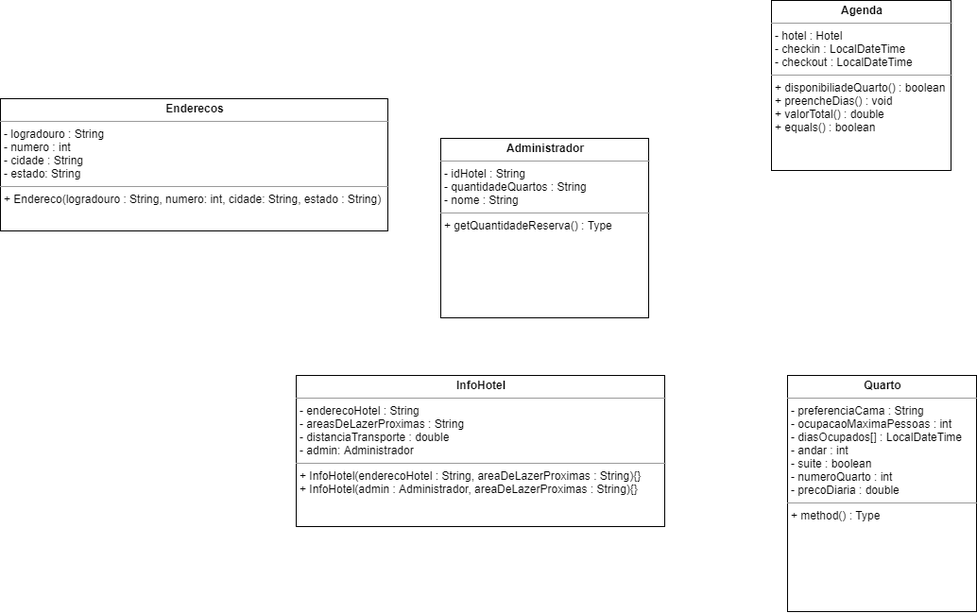
Above: Diagrama UML Graduandos em Totólogia.png in pedrocmr/Projeto_Host4U (draw.io), before the change. Source tidied: cells renumbered, new cells last; positions are measured from the earlier drawing's top-left corner, leaving out a move shared by most shapes. The source it was exported from:
```xml
<mxGraphModel background="#FFFFFF">
  <root>
    <mxCell id="0" />
    <mxCell id="1" parent="0" />
    <mxCell id="2" value="&lt;p style=&quot;margin: 0px ; margin-top: 4px ; text-align: center&quot;&gt;&lt;b&gt;Administrador&lt;/b&gt;&lt;/p&gt;&lt;hr size=&quot;1&quot;&gt;&lt;p style=&quot;margin: 0px ; margin-left: 4px&quot;&gt;- idHotel : String&lt;/p&gt;&lt;p style=&quot;margin: 0px ; margin-left: 4px&quot;&gt;- quantidadeQuartos : String&lt;/p&gt;&lt;p style=&quot;margin: 0px ; margin-left: 4px&quot;&gt;- nome : String&lt;/p&gt;&lt;hr size=&quot;1&quot;&gt;&lt;p style=&quot;margin: 0px ; margin-left: 4px&quot;&gt;+ getQuantidadeReserva() : Type&lt;/p&gt;" style="verticalAlign=top;align=left;overflow=fill;fontSize=12;fontFamily=Helvetica;html=1;" parent="1" vertex="1">
      <mxGeometry x="466" y="146" width="220" height="190" as="geometry" />
    </mxCell>
    <mxCell id="3" value="&lt;p style=&quot;margin: 0px ; margin-top: 4px ; text-align: center&quot;&gt;&lt;b&gt;Agenda&lt;/b&gt;&lt;/p&gt;&lt;hr size=&quot;1&quot;&gt;&lt;p style=&quot;margin: 0px ; margin-left: 4px&quot;&gt;- hotel : Hotel&lt;/p&gt;&lt;p style=&quot;margin: 0px ; margin-left: 4px&quot;&gt;- checkin : LocalDateTime&lt;/p&gt;&lt;p style=&quot;margin: 0px ; margin-left: 4px&quot;&gt;- checkout : LocalDateTime&lt;/p&gt;&lt;hr size=&quot;1&quot;&gt;&lt;p style=&quot;margin: 0px ; margin-left: 4px&quot;&gt;+ disponibiliadeQuarto() : boolean&lt;/p&gt;&lt;p style=&quot;margin: 0px ; margin-left: 4px&quot;&gt;+ preencheDias() : void&lt;/p&gt;&lt;p style=&quot;margin: 0px ; margin-left: 4px&quot;&gt;+ valorTotal() : double&lt;/p&gt;&lt;p style=&quot;margin: 0px ; margin-left: 4px&quot;&gt;+ equals() : boolean&lt;/p&gt;" style="verticalAlign=top;align=left;overflow=fill;fontSize=12;fontFamily=Helvetica;html=1;" parent="1" vertex="1">
      <mxGeometry x="816" width="190" height="180" as="geometry" />
    </mxCell>
    <mxCell id="4" value="&lt;p style=&quot;margin: 0px ; margin-top: 4px ; text-align: center&quot;&gt;&lt;b&gt;Quarto&lt;/b&gt;&lt;/p&gt;&lt;hr size=&quot;1&quot;&gt;&lt;p style=&quot;margin: 0px ; margin-left: 4px&quot;&gt;- preferenciaCama : String&lt;/p&gt;&lt;p style=&quot;margin: 0px ; margin-left: 4px&quot;&gt;- ocupacaoMaximaPessoas : int&lt;/p&gt;&lt;p style=&quot;margin: 0px ; margin-left: 4px&quot;&gt;- diasOcupados[] : LocalDateTime&lt;/p&gt;&lt;p style=&quot;margin: 0px ; margin-left: 4px&quot;&gt;- andar : int&lt;/p&gt;&lt;p style=&quot;margin: 0px ; margin-left: 4px&quot;&gt;- suite : boolean&lt;/p&gt;&lt;p style=&quot;margin: 0px ; margin-left: 4px&quot;&gt;- numeroQuarto : int&lt;/p&gt;&lt;p style=&quot;margin: 0px ; margin-left: 4px&quot;&gt;- precoDiaria : double&lt;/p&gt;&lt;hr size=&quot;1&quot;&gt;&lt;p style=&quot;margin: 0px ; margin-left: 4px&quot;&gt;+ method() : Type&lt;/p&gt;" style="verticalAlign=top;align=left;overflow=fill;fontSize=12;fontFamily=Helvetica;html=1;" parent="1" vertex="1">
      <mxGeometry x="833" y="397" width="200" height="250" as="geometry" />
    </mxCell>
    <mxCell id="5" value="&lt;p style=&quot;margin: 0px ; margin-top: 4px ; text-align: center&quot;&gt;&lt;b&gt;InfoHotel&lt;/b&gt;&lt;/p&gt;&lt;hr size=&quot;1&quot;&gt;&lt;p style=&quot;margin: 0px ; margin-left: 4px&quot;&gt;- enderecoHotel : String&lt;/p&gt;&lt;p style=&quot;margin: 0px ; margin-left: 4px&quot;&gt;- areasDeLazerProximas : String&lt;/p&gt;&lt;p style=&quot;margin: 0px ; margin-left: 4px&quot;&gt;- distanciaTransporte : double&lt;/p&gt;&lt;p style=&quot;margin: 0px ; margin-left: 4px&quot;&gt;- admin: Administrador&lt;/p&gt;&lt;hr size=&quot;1&quot;&gt;&lt;p style=&quot;margin: 0px ; margin-left: 4px&quot;&gt;+ InfoHotel(enderecoHotel : String, areaDeLazerProximas : String){}&lt;/p&gt;&lt;p style=&quot;margin: 0px ; margin-left: 4px&quot;&gt;+ InfoHotel(admin : Administrador, areaDeLazerProximas : String){}&lt;/p&gt;&lt;p style=&quot;margin: 0px ; margin-left: 4px&quot;&gt;&lt;br&gt;&lt;/p&gt;" style="verticalAlign=top;align=left;overflow=fill;fontSize=12;fontFamily=Helvetica;html=1;" parent="1" vertex="1">
      <mxGeometry x="313" y="397" width="390" height="160" as="geometry" />
    </mxCell>
    <mxCell id="6" value="&lt;p style=&quot;margin: 0px ; margin-top: 4px ; text-align: center&quot;&gt;&lt;b&gt;Enderecos&lt;/b&gt;&lt;/p&gt;&lt;hr size=&quot;1&quot;&gt;&lt;p style=&quot;margin: 0px ; margin-left: 4px&quot;&gt;- logradouro : String&lt;/p&gt;&lt;p style=&quot;margin: 0px ; margin-left: 4px&quot;&gt;- numero : int&lt;/p&gt;&lt;p style=&quot;margin: 0px ; margin-left: 4px&quot;&gt;- cidade : String&lt;/p&gt;&lt;p style=&quot;margin: 0px ; margin-left: 4px&quot;&gt;- estado: String&lt;/p&gt;&lt;hr size=&quot;1&quot;&gt;&lt;p style=&quot;margin: 0px ; margin-left: 4px&quot;&gt;+ Endereco(logradouro : String, numero: int, cidade: String, estado : String)&lt;/p&gt;" style="verticalAlign=top;align=left;overflow=fill;fontSize=12;fontFamily=Helvetica;html=1;" parent="1" vertex="1">
      <mxGeometry y="104" width="410" height="140" as="geometry" />
    </mxCell>
  </root>
</mxGraphModel>
```
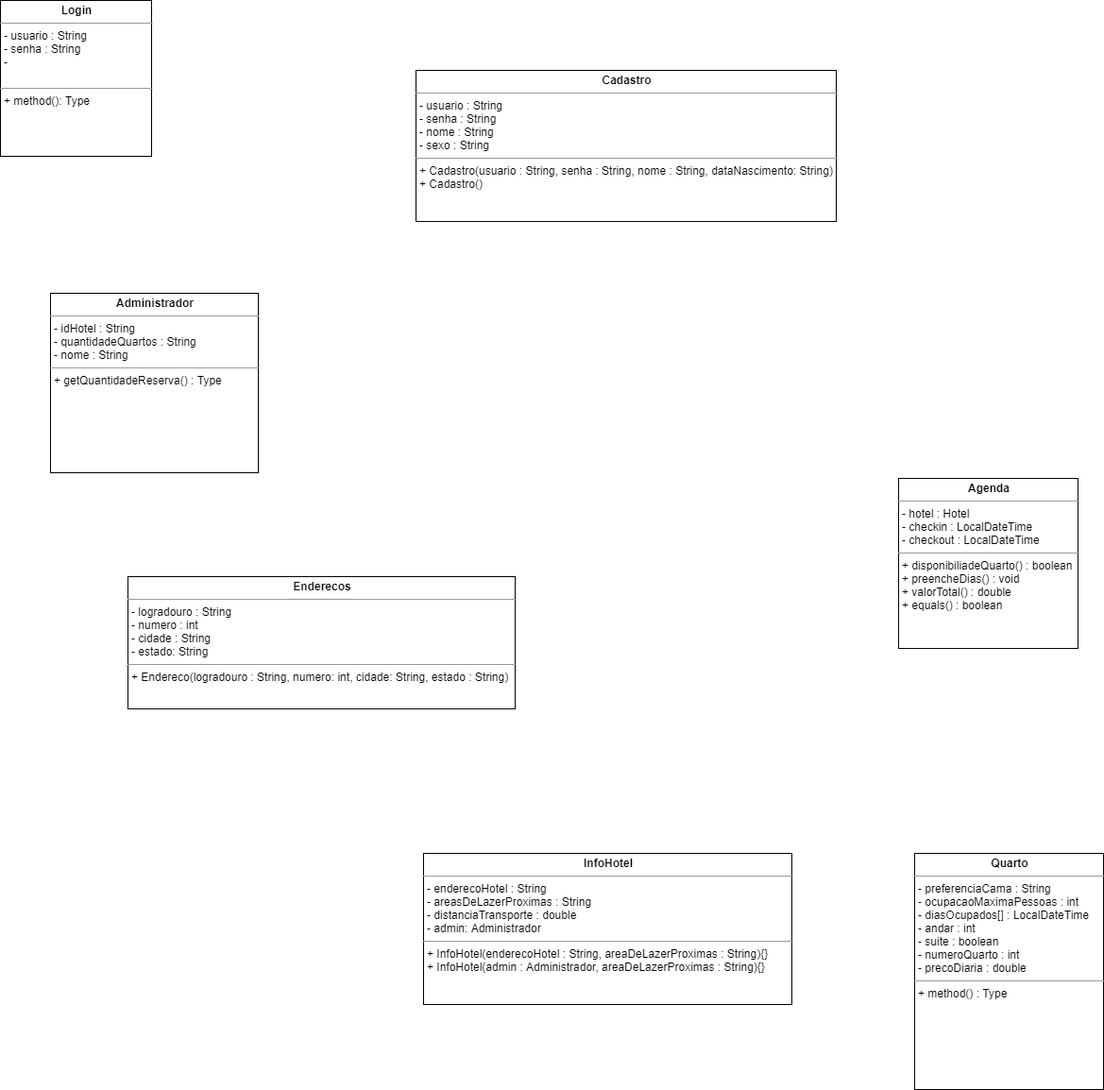
After the change.

What changed in the source:
```diff
@@ -3,7 +3,7 @@
     <mxCell id="0" />
     <mxCell id="1" parent="0" />
     <mxCell id="2" value="&lt;p style=&quot;margin: 0px ; margin-top: 4px ; text-align: center&quot;&gt;&lt;b&gt;Administrador&lt;/b&gt;&lt;/p&gt;&lt;hr size=&quot;1&quot;&gt;&lt;p style=&quot;margin: 0px ; margin-left: 4px&quot;&gt;- idHotel : String&lt;/p&gt;&lt;p style=&quot;margin: 0px ; margin-left: 4px&quot;&gt;- quantidadeQuartos : String&lt;/p&gt;&lt;p style=&quot;margin: 0px ; margin-left: 4px&quot;&gt;- nome : String&lt;/p&gt;&lt;hr size=&quot;1&quot;&gt;&lt;p style=&quot;margin: 0px ; margin-left: 4px&quot;&gt;+ getQuantidadeReserva() : Type&lt;/p&gt;" style="verticalAlign=top;align=left;overflow=fill;fontSize=12;fontFamily=Helvetica;html=1;" parent="1" vertex="1">
-      <mxGeometry x="466" y="146" width="220" height="190" as="geometry" />
+      <mxGeometry x="-82" y="-196" width="220" height="190" as="geometry" />
     </mxCell>
     <mxCell id="3" value="&lt;p style=&quot;margin: 0px ; margin-top: 4px ; text-align: center&quot;&gt;&lt;b&gt;Agenda&lt;/b&gt;&lt;/p&gt;&lt;hr size=&quot;1&quot;&gt;&lt;p style=&quot;margin: 0px ; margin-left: 4px&quot;&gt;- hotel : Hotel&lt;/p&gt;&lt;p style=&quot;margin: 0px ; margin-left: 4px&quot;&gt;- checkin : LocalDateTime&lt;/p&gt;&lt;p style=&quot;margin: 0px ; margin-left: 4px&quot;&gt;- checkout : LocalDateTime&lt;/p&gt;&lt;hr size=&quot;1&quot;&gt;&lt;p style=&quot;margin: 0px ; margin-left: 4px&quot;&gt;+ disponibiliadeQuarto() : boolean&lt;/p&gt;&lt;p style=&quot;margin: 0px ; margin-left: 4px&quot;&gt;+ preencheDias() : void&lt;/p&gt;&lt;p style=&quot;margin: 0px ; margin-left: 4px&quot;&gt;+ valorTotal() : double&lt;/p&gt;&lt;p style=&quot;margin: 0px ; margin-left: 4px&quot;&gt;+ equals() : boolean&lt;/p&gt;" style="verticalAlign=top;align=left;overflow=fill;fontSize=12;fontFamily=Helvetica;html=1;" parent="1" vertex="1">
       <mxGeometry x="816" width="190" height="180" as="geometry" />
@@ -17,5 +17,11 @@
     <mxCell id="6" value="&lt;p style=&quot;margin: 0px ; margin-top: 4px ; text-align: center&quot;&gt;&lt;b&gt;Enderecos&lt;/b&gt;&lt;/p&gt;&lt;hr size=&quot;1&quot;&gt;&lt;p style=&quot;margin: 0px ; margin-left: 4px&quot;&gt;- logradouro : String&lt;/p&gt;&lt;p style=&quot;margin: 0px ; margin-left: 4px&quot;&gt;- numero : int&lt;/p&gt;&lt;p style=&quot;margin: 0px ; margin-left: 4px&quot;&gt;- cidade : String&lt;/p&gt;&lt;p style=&quot;margin: 0px ; margin-left: 4px&quot;&gt;- estado: String&lt;/p&gt;&lt;hr size=&quot;1&quot;&gt;&lt;p style=&quot;margin: 0px ; margin-left: 4px&quot;&gt;+ Endereco(logradouro : String, numero: int, cidade: String, estado : String)&lt;/p&gt;" style="verticalAlign=top;align=left;overflow=fill;fontSize=12;fontFamily=Helvetica;html=1;" parent="1" vertex="1">
       <mxGeometry y="104" width="410" height="140" as="geometry" />
     </mxCell>
+    <mxCell id="7" value="&lt;p style=&quot;margin: 0px ; margin-top: 4px ; text-align: center&quot;&gt;&lt;b&gt;Login&lt;/b&gt;&lt;/p&gt;&lt;hr size=&quot;1&quot;&gt;&lt;p style=&quot;margin: 0px ; margin-left: 4px&quot;&gt;- usuario : String&lt;/p&gt;&lt;p style=&quot;margin: 0px ; margin-left: 4px&quot;&gt;- senha : String&lt;/p&gt;&lt;p style=&quot;margin: 0px ; margin-left: 4px&quot;&gt;-&amp;nbsp;&lt;/p&gt;&lt;p style=&quot;margin: 0px ; margin-left: 4px&quot;&gt;&lt;br&gt;&lt;/p&gt;&lt;hr size=&quot;1&quot;&gt;&lt;p style=&quot;margin: 0px ; margin-left: 4px&quot;&gt;+ method(): Type&lt;/p&gt;" style="verticalAlign=top;align=left;overflow=fill;fontSize=12;fontFamily=Helvetica;html=1;" parent="1" vertex="1">
+      <mxGeometry x="-135" y="-506" width="160" height="165" as="geometry" />
+    </mxCell>
+    <mxCell id="8" value="&lt;p style=&quot;margin: 0px ; margin-top: 4px ; text-align: center&quot;&gt;&lt;b&gt;Cadastro&lt;/b&gt;&lt;/p&gt;&lt;hr size=&quot;1&quot;&gt;&lt;p style=&quot;margin: 0px ; margin-left: 4px&quot;&gt;- usuario : String&lt;/p&gt;&lt;p style=&quot;margin: 0px ; margin-left: 4px&quot;&gt;- senha : String&lt;/p&gt;&lt;p style=&quot;margin: 0px ; margin-left: 4px&quot;&gt;- nome : String&lt;/p&gt;&lt;p style=&quot;margin: 0px ; margin-left: 4px&quot;&gt;- sexo : String&amp;nbsp;&lt;/p&gt;&lt;hr size=&quot;1&quot;&gt;&lt;p style=&quot;margin: 0px ; margin-left: 4px&quot;&gt;+ Cadastro(usuario : String, senha : String, nome : String, dataNascimento: String)&lt;/p&gt;&lt;p style=&quot;margin: 0px ; margin-left: 4px&quot;&gt;+ Cadastro()&lt;/p&gt;&lt;p style=&quot;margin: 0px ; margin-left: 4px&quot;&gt;&lt;br&gt;&lt;/p&gt;" style="verticalAlign=top;align=left;overflow=fill;fontSize=12;fontFamily=Helvetica;html=1;" parent="1" vertex="1">
+      <mxGeometry x="305" y="-432" width="445" height="160" as="geometry" />
+    </mxCell>
   </root>
 </mxGraphModel>
```
